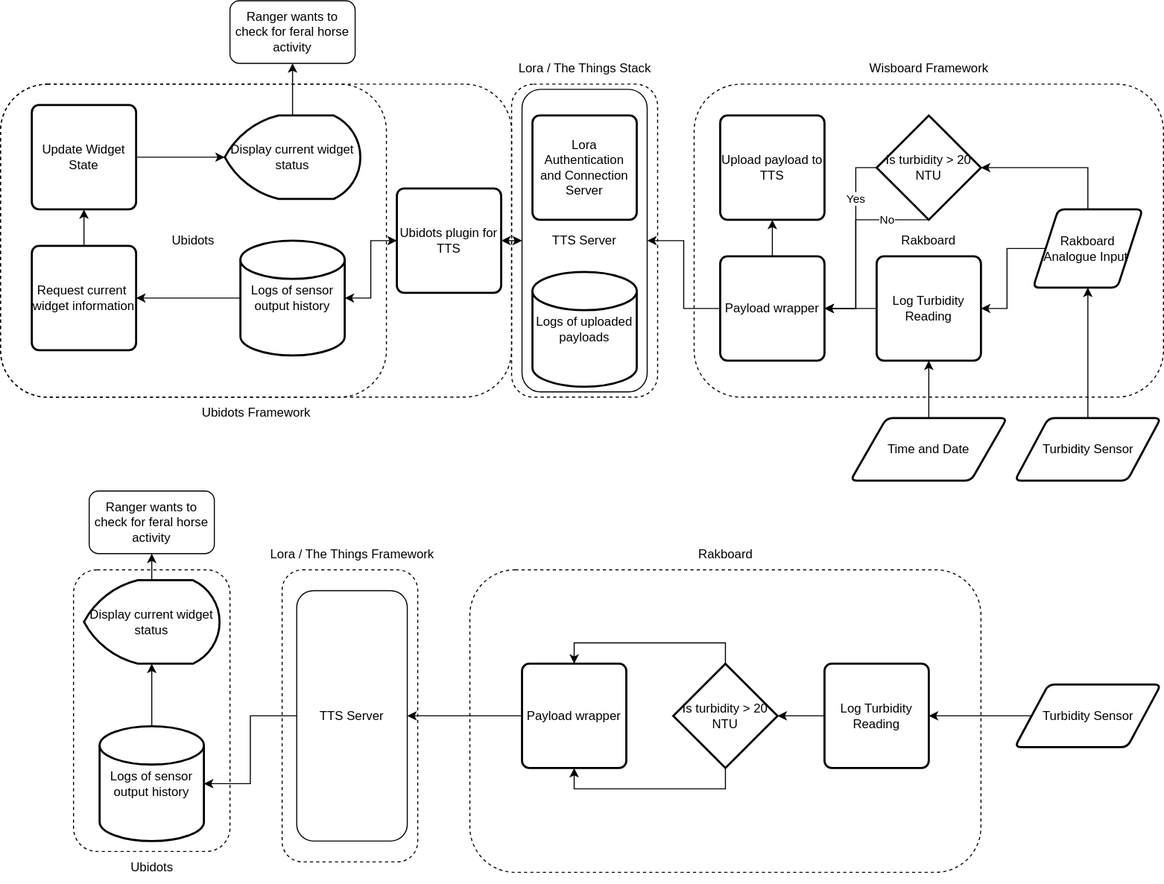
The draw.io diagram Untitled Diagram.drawio.svg in trashmode/DESN2000, before a commit. Source tidied: cells renumbered, new cells last; positions are measured from the earlier drawing's top-left corner, leaving out a move shared by most shapes.
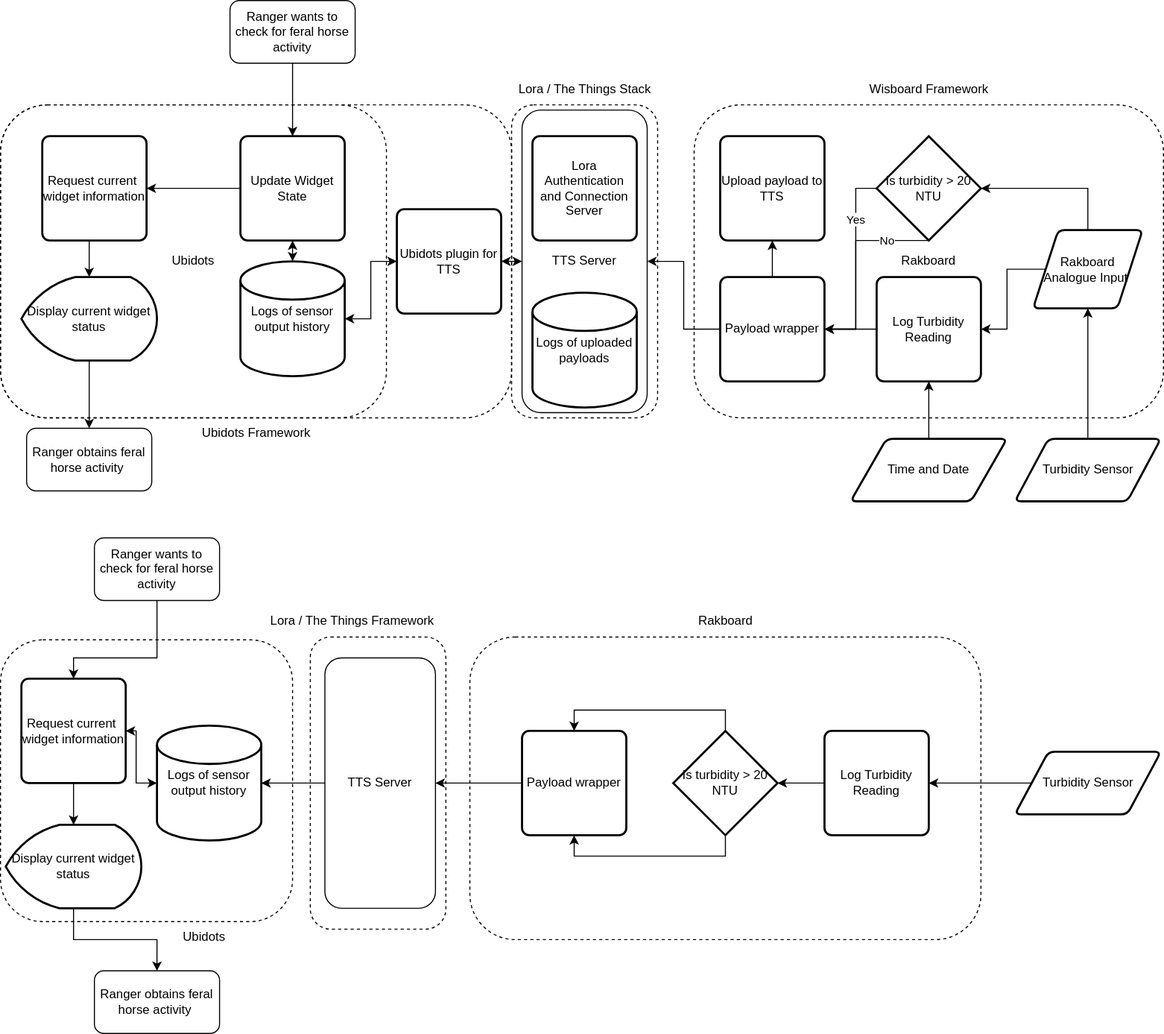
After the commit.

Diff of the diagram source:
```diff
@@ -2,8 +2,11 @@
   <root>
     <mxCell id="0" />
     <mxCell id="1" parent="0" />
+    <mxCell id="58" style="rounded=1;whiteSpace=wrap;html=1;dashed=1;fillColor=none;" parent="1" vertex="1">
+      <mxGeometry y="592.8" width="280" height="270" as="geometry" />
+    </mxCell>
     <mxCell id="2" style="rounded=1;whiteSpace=wrap;html=1;dashed=1;fillColor=none;" parent="1" vertex="1">
-      <mxGeometry x="450" y="545.5" width="490" height="290" as="geometry" />
+      <mxGeometry x="450" y="590" width="490" height="290" as="geometry" />
     </mxCell>
     <mxCell id="3" style="rounded=1;whiteSpace=wrap;html=1;fillColor=none;dashed=1;" parent="1" vertex="1">
       <mxGeometry y="80" width="490" height="300" as="geometry" />
@@ -14,30 +17,33 @@
     <mxCell id="5" value="Ubidots" style="rounded=1;whiteSpace=wrap;html=1;dashed=1;fillColor=none;" parent="1" vertex="1">
       <mxGeometry y="80" width="370" height="300" as="geometry" />
     </mxCell>
+    <mxCell id="63" style="edgeStyle=orthogonalEdgeStyle;rounded=0;jettySize=auto;html=1;exitX=0.5;exitY=1;exitDx=0;exitDy=0;startArrow=none;startFill=0;" parent="1" edge="1" source="6" target="8">
+      <mxGeometry relative="1" as="geometry" />
+    </mxCell>
     <mxCell id="6" value="Ranger wants to check for feral horse activity" style="rounded=1;whiteSpace=wrap;html=1;" parent="1" vertex="1">
-      <mxGeometry x="220" width="120" height="60" as="geometry" />
+      <mxGeometry x="220" y="-20" width="120" height="60" as="geometry" />
     </mxCell>
-    <mxCell id="7" style="edgeStyle=orthogonalEdgeStyle;rounded=0;jettySize=auto;html=1;exitX=1;exitY=0.5;exitDx=0;exitDy=0;entryX=0;entryY=0.5;entryDx=0;entryDy=0;entryPerimeter=0;startArrow=none;startFill=0;" parent="1" edge="1" source="8" target="10">
-      <mxGeometry relative="1" as="geometry" />
-    </mxCell>
+    <mxCell id="64" style="edgeStyle=orthogonalEdgeStyle;rounded=0;jettySize=auto;html=1;exitX=0;exitY=0.5;exitDx=0;exitDy=0;entryX=1;entryY=0.5;entryDx=0;entryDy=0;startArrow=none;startFill=0;" parent="1" edge="1" source="8" target="12">
+      <mxGeometry relative="1" as="geometry" />
+    </mxCell>
     <mxCell id="8" value="Update Widget State" style="rounded=1;whiteSpace=wrap;html=1;absoluteArcSize=1;arcSize=14;strokeWidth=2;" parent="1" vertex="1">
-      <mxGeometry x="30" y="100" width="100" height="100" as="geometry" />
+      <mxGeometry x="230" y="110" width="100" height="100" as="geometry" />
     </mxCell>
-    <mxCell id="9" style="edgeStyle=orthogonalEdgeStyle;rounded=0;jettySize=auto;html=1;exitX=0.5;exitY=0;exitDx=0;exitDy=0;exitPerimeter=0;entryX=0.5;entryY=1;entryDx=0;entryDy=0;startArrow=none;startFill=0;" parent="1" edge="1" source="10" target="6">
-      <mxGeometry relative="1" as="geometry" />
-    </mxCell>
+    <mxCell id="65" style="edgeStyle=orthogonalEdgeStyle;rounded=0;jettySize=auto;html=1;exitX=0.5;exitY=1;exitDx=0;exitDy=0;exitPerimeter=0;entryX=0.5;entryY=0;entryDx=0;entryDy=0;startArrow=none;startFill=0;" parent="1" edge="1" source="10" target="71">
+      <mxGeometry relative="1" as="geometry" />
+    </mxCell>
     <mxCell id="10" value="Display current widget status" style="strokeWidth=2;html=1;shape=mxgraph.flowchart.display;whiteSpace=wrap;" parent="1" vertex="1">
-      <mxGeometry x="215" y="110" width="130" height="80" as="geometry" />
+      <mxGeometry x="20" y="245" width="130" height="80" as="geometry" />
     </mxCell>
-    <mxCell id="11" style="edgeStyle=orthogonalEdgeStyle;rounded=0;jettySize=auto;html=1;exitX=0.5;exitY=0;exitDx=0;exitDy=0;entryX=0.5;entryY=1;entryDx=0;entryDy=0;startArrow=none;startFill=0;" parent="1" edge="1" source="12" target="8">
-      <mxGeometry relative="1" as="geometry" />
-    </mxCell>
+    <mxCell id="66" style="edgeStyle=orthogonalEdgeStyle;rounded=0;jettySize=auto;html=1;exitX=0.5;exitY=1;exitDx=0;exitDy=0;entryX=0.5;entryY=0;entryDx=0;entryDy=0;entryPerimeter=0;startArrow=none;startFill=0;" parent="1" edge="1" source="12" target="10">
+      <mxGeometry relative="1" as="geometry" />
+    </mxCell>
     <mxCell id="12" value="Request current&amp;nbsp;&lt;br&gt;widget information" style="rounded=1;whiteSpace=wrap;html=1;absoluteArcSize=1;arcSize=14;strokeWidth=2;" parent="1" vertex="1">
-      <mxGeometry x="30" y="235" width="100" height="100" as="geometry" />
+      <mxGeometry x="40" y="110" width="100" height="100" as="geometry" />
     </mxCell>
-    <mxCell id="13" style="edgeStyle=orthogonalEdgeStyle;rounded=0;jettySize=auto;html=1;exitX=0;exitY=0.5;exitDx=0;exitDy=0;exitPerimeter=0;entryX=1;entryY=0.5;entryDx=0;entryDy=0;startArrow=none;startFill=0;" parent="1" edge="1" source="14" target="12">
-      <mxGeometry relative="1" as="geometry" />
-    </mxCell>
+    <mxCell id="67" style="edgeStyle=orthogonalEdgeStyle;rounded=0;jettySize=auto;html=1;exitX=0.5;exitY=0;exitDx=0;exitDy=0;exitPerimeter=0;entryX=0.5;entryY=1;entryDx=0;entryDy=0;startArrow=classic;startFill=1;" parent="1" edge="1" source="14" target="8">
+      <mxGeometry relative="1" as="geometry" />
+    </mxCell>
     <mxCell id="14" value="Logs of sensor output history" style="strokeWidth=2;html=1;shape=mxgraph.flowchart.database;whiteSpace=wrap;" parent="1" vertex="1">
       <mxGeometry x="230" y="230" width="100" height="110" as="geometry" />
     </mxCell>
@@ -132,29 +138,29 @@
     <mxCell id="41" value="Ubidots Framework" style="text;html=1;align=center;verticalAlign=middle;strokeColor=none;fillColor=none;" parent="1" vertex="1">
       <mxGeometry x="180" y="380" width="130" height="30" as="geometry" />
     </mxCell>
-    <mxCell id="42" style="edgeStyle=orthogonalEdgeStyle;rounded=0;jettySize=auto;html=1;exitX=0.5;exitY=0;exitDx=0;exitDy=0;exitPerimeter=0;entryX=0.5;entryY=1;entryDx=0;entryDy=0;startArrow=none;startFill=0;" parent="1" edge="1" source="43" target="57">
-      <mxGeometry relative="1" as="geometry" />
-    </mxCell>
+    <mxCell id="68" style="edgeStyle=orthogonalEdgeStyle;rounded=0;jettySize=auto;html=1;exitX=0.5;exitY=1;exitDx=0;exitDy=0;exitPerimeter=0;entryX=0.5;entryY=0;entryDx=0;entryDy=0;startArrow=none;startFill=0;" parent="1" edge="1" source="43" target="74">
+      <mxGeometry relative="1" as="geometry" />
+    </mxCell>
     <mxCell id="43" value="Display current widget status" style="strokeWidth=2;html=1;shape=mxgraph.flowchart.display;whiteSpace=wrap;" parent="1" vertex="1">
-      <mxGeometry x="80" y="555.5" width="130" height="80" as="geometry" />
+      <mxGeometry x="5" y="770" width="130" height="80" as="geometry" />
     </mxCell>
-    <mxCell id="44" style="edgeStyle=orthogonalEdgeStyle;rounded=0;jettySize=auto;html=1;exitX=0.5;exitY=0;exitDx=0;exitDy=0;exitPerimeter=0;entryX=0.5;entryY=1;entryDx=0;entryDy=0;entryPerimeter=0;startArrow=none;startFill=0;" parent="1" edge="1" source="45" target="43">
-      <mxGeometry relative="1" as="geometry" />
-    </mxCell>
+    <mxCell id="69" style="edgeStyle=orthogonalEdgeStyle;rounded=0;jettySize=auto;html=1;exitX=0;exitY=0.5;exitDx=0;exitDy=0;exitPerimeter=0;entryX=1;entryY=0.5;entryDx=0;entryDy=0;startArrow=classic;startFill=1;" parent="1" edge="1" source="45" target="73">
+      <mxGeometry relative="1" as="geometry" />
+    </mxCell>
     <mxCell id="45" value="Logs of sensor output history" style="strokeWidth=2;html=1;shape=mxgraph.flowchart.database;whiteSpace=wrap;" parent="1" vertex="1">
-      <mxGeometry x="95" y="695.5" width="100" height="110" as="geometry" />
+      <mxGeometry x="150" y="675" width="100" height="110" as="geometry" />
     </mxCell>
     <mxCell id="46" style="edgeStyle=orthogonalEdgeStyle;rounded=0;jettySize=auto;html=1;exitX=0;exitY=0.5;exitDx=0;exitDy=0;entryX=1;entryY=0.5;entryDx=0;entryDy=0;entryPerimeter=0;startArrow=none;startFill=0;" parent="1" edge="1" source="47" target="45">
       <mxGeometry relative="1" as="geometry" />
     </mxCell>
     <mxCell id="47" value="TTS Server" style="rounded=1;whiteSpace=wrap;html=1;fillColor=none;" parent="1" vertex="1">
-      <mxGeometry x="284" y="565.5" width="106" height="240" as="geometry" />
+      <mxGeometry x="311" y="610" width="106" height="240" as="geometry" />
     </mxCell>
     <mxCell id="48" style="edgeStyle=orthogonalEdgeStyle;rounded=0;jettySize=auto;html=1;exitX=0;exitY=0.5;exitDx=0;exitDy=0;entryX=1;entryY=0.5;entryDx=0;entryDy=0;startArrow=none;startFill=0;" parent="1" edge="1" source="49" target="47">
       <mxGeometry relative="1" as="geometry" />
     </mxCell>
     <mxCell id="49" value="Payload wrapper" style="rounded=1;whiteSpace=wrap;html=1;absoluteArcSize=1;arcSize=14;strokeWidth=2;" parent="1" vertex="1">
-      <mxGeometry x="500" y="635.5" width="100" height="100" as="geometry" />
+      <mxGeometry x="500" y="680" width="100" height="100" as="geometry" />
     </mxCell>
     <mxCell id="50" style="edgeStyle=orthogonalEdgeStyle;rounded=0;jettySize=auto;html=1;exitX=0.5;exitY=0;exitDx=0;exitDy=0;exitPerimeter=0;entryX=0.5;entryY=0;entryDx=0;entryDy=0;startArrow=none;startFill=0;" parent="1" edge="1" source="52" target="49">
       <mxGeometry relative="1" as="geometry" />
@@ -163,37 +169,54 @@
       <mxGeometry relative="1" as="geometry" />
     </mxCell>
     <mxCell id="52" value="Is turbidity &amp;gt; 20 NTU" style="strokeWidth=2;html=1;shape=mxgraph.flowchart.decision;whiteSpace=wrap;" parent="1" vertex="1">
-      <mxGeometry x="645" y="635.5" width="100" height="100" as="geometry" />
+      <mxGeometry x="645" y="680" width="100" height="100" as="geometry" />
     </mxCell>
     <mxCell id="53" style="edgeStyle=orthogonalEdgeStyle;rounded=0;jettySize=auto;html=1;exitX=0;exitY=0.5;exitDx=0;exitDy=0;entryX=1;entryY=0.5;entryDx=0;entryDy=0;entryPerimeter=0;startArrow=none;startFill=0;" parent="1" edge="1" source="54" target="52">
       <mxGeometry relative="1" as="geometry" />
     </mxCell>
     <mxCell id="54" value="Log Turbidity Reading" style="rounded=1;whiteSpace=wrap;html=1;absoluteArcSize=1;arcSize=14;strokeWidth=2;" parent="1" vertex="1">
-      <mxGeometry x="790" y="635.5" width="100" height="100" as="geometry" />
+      <mxGeometry x="790" y="680" width="100" height="100" as="geometry" />
     </mxCell>
     <mxCell id="55" style="edgeStyle=orthogonalEdgeStyle;rounded=0;jettySize=auto;html=1;exitX=0;exitY=0.5;exitDx=0;exitDy=0;entryX=1;entryY=0.5;entryDx=0;entryDy=0;startArrow=none;startFill=0;" parent="1" edge="1" source="56" target="54">
       <mxGeometry relative="1" as="geometry" />
     </mxCell>
     <mxCell id="56" value="Turbidity Sensor" style="shape=parallelogram;html=1;strokeWidth=2;perimeter=parallelogramPerimeter;whiteSpace=wrap;rounded=1;arcSize=12;size=0.23;" parent="1" vertex="1">
-      <mxGeometry x="972.5" y="655.5" width="140" height="60" as="geometry" />
+      <mxGeometry x="972.5" y="700" width="140" height="60" as="geometry" />
     </mxCell>
+    <mxCell id="70" style="edgeStyle=orthogonalEdgeStyle;rounded=0;jettySize=auto;html=1;exitX=0.5;exitY=1;exitDx=0;exitDy=0;entryX=0.5;entryY=0;entryDx=0;entryDy=0;startArrow=none;startFill=0;" parent="1" edge="1" source="57" target="73">
+      <mxGeometry relative="1" as="geometry">
+        <Array as="points">
+          <mxPoint x="150" y="610" />
+          <mxPoint x="70" y="610" />
+        </Array>
+      </mxGeometry>
+    </mxCell>
     <mxCell id="57" value="Ranger wants to check for feral horse activity" style="rounded=1;whiteSpace=wrap;html=1;" parent="1" vertex="1">
-      <mxGeometry x="85" y="470" width="120" height="60" as="geometry" />
+      <mxGeometry x="90" y="495" width="120" height="60" as="geometry" />
     </mxCell>
-    <mxCell id="58" style="rounded=1;whiteSpace=wrap;html=1;dashed=1;fillColor=none;" parent="1" vertex="1">
-      <mxGeometry x="70" y="545.5" width="150" height="270" as="geometry" />
-    </mxCell>
     <mxCell id="59" style="rounded=1;whiteSpace=wrap;html=1;dashed=1;fillColor=none;" parent="1" vertex="1">
-      <mxGeometry x="270" y="545.5" width="130" height="280" as="geometry" />
+      <mxGeometry x="297" y="590" width="130" height="280" as="geometry" />
     </mxCell>
     <mxCell id="60" value="Rakboard" style="text;html=1;align=center;verticalAlign=middle;strokeColor=none;fillColor=none;" parent="1" vertex="1">
-      <mxGeometry x="655" y="515.5" width="80" height="30" as="geometry" />
+      <mxGeometry x="655" y="560" width="80" height="30" as="geometry" />
     </mxCell>
     <mxCell id="61" value="Lora / The Things Framework" style="text;html=1;align=center;verticalAlign=middle;strokeColor=none;fillColor=none;" parent="1" vertex="1">
-      <mxGeometry x="247" y="515.5" width="180" height="30" as="geometry" />
+      <mxGeometry x="247" y="560" width="180" height="30" as="geometry" />
     </mxCell>
     <mxCell id="62" value="Ubidots" style="text;html=1;align=center;verticalAlign=middle;strokeColor=none;fillColor=none;" parent="1" vertex="1">
-      <mxGeometry x="115" y="815.5" width="60" height="30" as="geometry" />
+      <mxGeometry x="165" y="862.8" width="60" height="30" as="geometry" />
     </mxCell>
+    <mxCell id="71" value="Ranger obtains feral horse activity&amp;nbsp;" style="rounded=1;whiteSpace=wrap;html=1;fillColor=none;" parent="1" vertex="1">
+      <mxGeometry x="25" y="390" width="120" height="60" as="geometry" />
+    </mxCell>
+    <mxCell id="72" style="edgeStyle=orthogonalEdgeStyle;rounded=0;jettySize=auto;html=1;exitX=0.5;exitY=1;exitDx=0;exitDy=0;entryX=0.5;entryY=0;entryDx=0;entryDy=0;entryPerimeter=0;startArrow=none;startFill=0;" parent="1" edge="1" source="73" target="43">
+      <mxGeometry relative="1" as="geometry" />
+    </mxCell>
+    <mxCell id="73" value="Request current&amp;nbsp;&lt;br&gt;widget information" style="rounded=1;whiteSpace=wrap;html=1;absoluteArcSize=1;arcSize=14;strokeWidth=2;" parent="1" vertex="1">
+      <mxGeometry x="20" y="630" width="100" height="100" as="geometry" />
+    </mxCell>
+    <mxCell id="74" value="Ranger obtains feral horse activity&amp;nbsp;" style="rounded=1;whiteSpace=wrap;html=1;fillColor=none;" parent="1" vertex="1">
+      <mxGeometry x="90" y="910" width="120" height="60" as="geometry" />
+    </mxCell>
   </root>
 </mxGraphModel>
```
